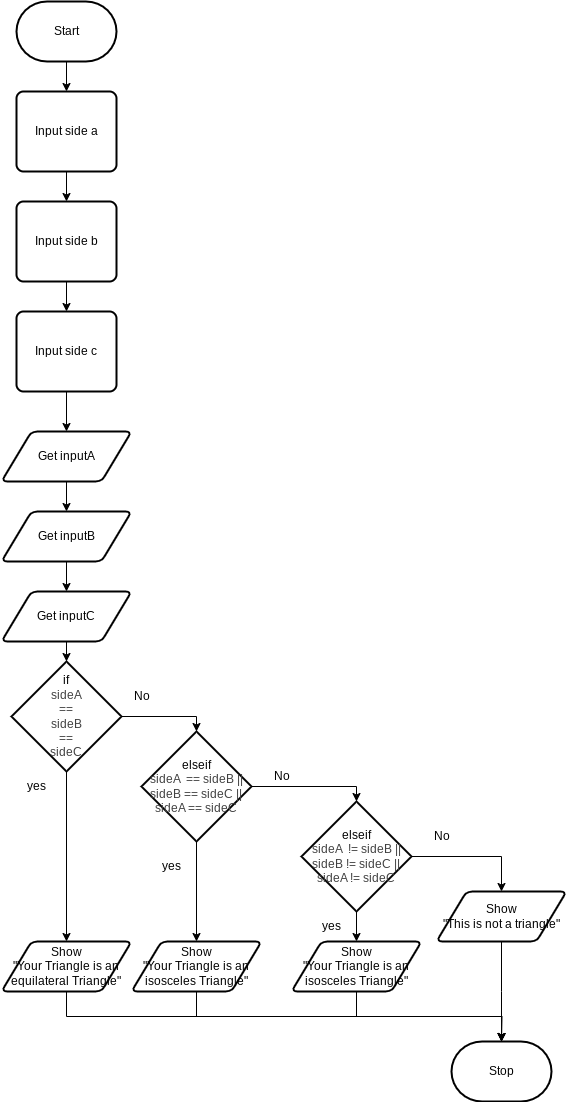
Above: design/flowchart.png in MTHS-ICD2O-1-2024/ICD2O-Unit-5-05-Domenic-dangelo (draw.io), before the change. Source tidied: cells renumbered, new cells last; positions are measured from the earlier drawing's top-left corner, leaving out a move shared by most shapes.
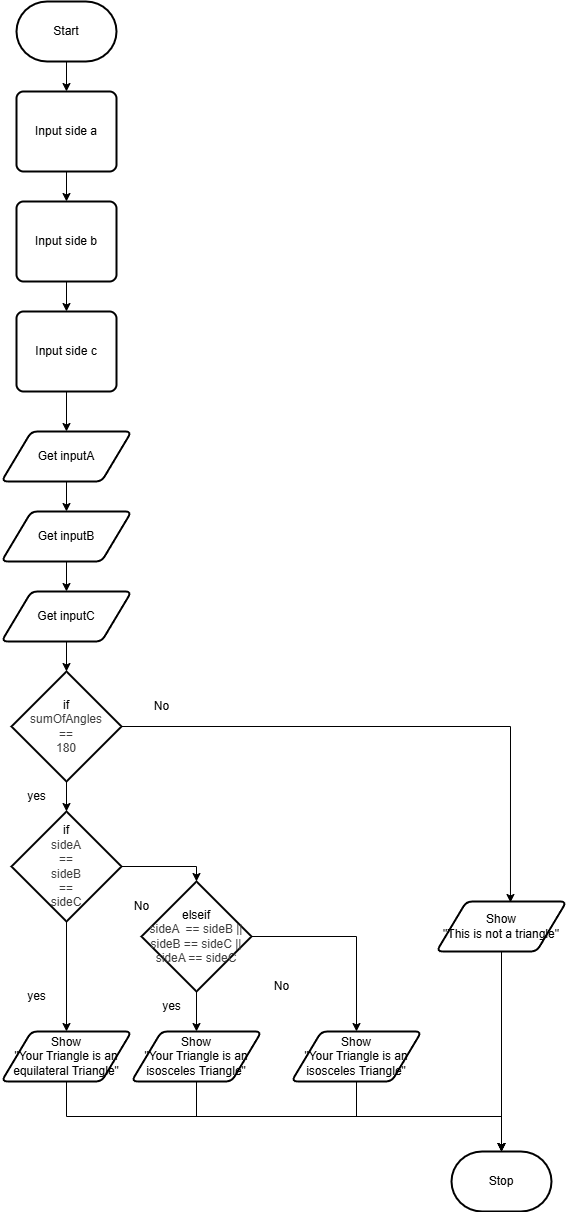
After the commit.

What changed in the source:
```diff
@@ -8,9 +8,6 @@
     <mxCell id="3" value="Start" style="strokeWidth=2;html=1;shape=mxgraph.flowchart.terminator;whiteSpace=wrap;" parent="1" vertex="1">
       <mxGeometry x="15" width="100" height="60" as="geometry" />
     </mxCell>
-    <mxCell id="4" value="Stop" style="strokeWidth=2;html=1;shape=mxgraph.flowchart.terminator;whiteSpace=wrap;" parent="1" vertex="1">
-      <mxGeometry x="450" y="1040" width="100" height="60" as="geometry" />
-    </mxCell>
     <mxCell id="5" value="Get inputC" style="shape=parallelogram;html=1;strokeWidth=2;perimeter=parallelogramPerimeter;whiteSpace=wrap;rounded=1;arcSize=12;size=0.23;" parent="1" vertex="1">
       <mxGeometry y="590" width="130" height="50" as="geometry" />
     </mxCell>
@@ -24,24 +21,19 @@
       <mxGeometry relative="1" as="geometry" />
     </mxCell>
     <mxCell id="9" value="&lt;span style=&quot;color: rgb(0, 0, 0);&quot;&gt;if&lt;/span&gt;&lt;div style=&quot;color: rgb(63, 63, 63); scrollbar-color: rgb(226, 226, 226) rgb(251, 251, 251);&quot;&gt;sideA&lt;/div&gt;&lt;div style=&quot;color: rgb(63, 63, 63); scrollbar-color: rgb(226, 226, 226) rgb(251, 251, 251);&quot;&gt;==&lt;/div&gt;&lt;div style=&quot;color: rgb(63, 63, 63); scrollbar-color: rgb(226, 226, 226) rgb(251, 251, 251);&quot;&gt;sideB&lt;/div&gt;&lt;div style=&quot;color: rgb(63, 63, 63); scrollbar-color: rgb(226, 226, 226) rgb(251, 251, 251);&quot;&gt;==&lt;/div&gt;&lt;div style=&quot;color: rgb(63, 63, 63); scrollbar-color: rgb(226, 226, 226) rgb(251, 251, 251);&quot;&gt;sideC&lt;/div&gt;" style="strokeWidth=2;html=1;shape=mxgraph.flowchart.decision;whiteSpace=wrap;" parent="1" vertex="1">
-      <mxGeometry x="10" y="660" width="110" height="110" as="geometry" />
+      <mxGeometry x="10" y="810" width="110" height="110" as="geometry" />
     </mxCell>
     <mxCell id="10" value="Show&lt;div&gt;&quot;Your Triangle is an equilateral Triangle&quot;&lt;/div&gt;" style="shape=parallelogram;html=1;strokeWidth=2;perimeter=parallelogramPerimeter;whiteSpace=wrap;rounded=1;arcSize=12;size=0.23;" parent="1" vertex="1">
-      <mxGeometry y="940" width="130" height="50" as="geometry" />
+      <mxGeometry y="1030" width="130" height="50" as="geometry" />
     </mxCell>
-    <mxCell id="11" style="edgeStyle=orthogonalEdgeStyle;shape=connector;curved=0;rounded=0;html=1;exitX=0.5;exitY=1;exitDx=0;exitDy=0;strokeColor=default;align=center;verticalAlign=middle;fontFamily=Helvetica;fontSize=11;fontColor=default;labelBackgroundColor=default;endArrow=classic;" parent="1" edge="1" source="12">
-      <mxGeometry relative="1" as="geometry">
-        <mxPoint x="500" y="1040" as="targetPoint" />
-      </mxGeometry>
-    </mxCell>
     <mxCell id="12" value="Show&lt;div&gt;&quot;This is not a triangle&quot;&lt;/div&gt;" style="shape=parallelogram;html=1;strokeWidth=2;perimeter=parallelogramPerimeter;whiteSpace=wrap;rounded=1;arcSize=12;size=0.23;" parent="1" vertex="1">
-      <mxGeometry x="435" y="890" width="130" height="50" as="geometry" />
+      <mxGeometry x="435" y="900" width="130" height="50" as="geometry" />
     </mxCell>
     <mxCell id="13" value="yes" style="text;html=1;align=center;verticalAlign=middle;strokeColor=none;fillColor=none;" parent="1" vertex="1">
-      <mxGeometry x="15" y="770" width="40" height="30" as="geometry" />
+      <mxGeometry x="15" y="980" width="40" height="30" as="geometry" />
     </mxCell>
     <mxCell id="14" value="No" style="text;html=1;align=center;verticalAlign=middle;strokeColor=none;fillColor=none;" parent="1" vertex="1">
-      <mxGeometry x="120" y="680" width="40" height="30" as="geometry" />
+      <mxGeometry x="120" y="890" width="40" height="30" as="geometry" />
     </mxCell>
     <mxCell id="15" style="edgeStyle=none;html=1;exitX=0.5;exitY=1;exitDx=0;exitDy=0;entryX=0.5;entryY=0;entryDx=0;entryDy=0;" parent="1" edge="1" source="16" target="22">
       <mxGeometry relative="1" as="geometry" />
@@ -67,52 +59,32 @@
     <mxCell id="22" value="Get inputA" style="shape=parallelogram;html=1;strokeWidth=2;perimeter=parallelogramPerimeter;whiteSpace=wrap;rounded=1;arcSize=12;size=0.23;" parent="1" vertex="1">
       <mxGeometry y="430" width="130" height="50" as="geometry" />
     </mxCell>
-    <mxCell id="23" style="edgeStyle=orthogonalEdgeStyle;html=1;exitX=0.5;exitY=1;exitDx=0;exitDy=0;entryX=0.5;entryY=0;entryDx=0;entryDy=0;entryPerimeter=0;rounded=0;curved=0;" parent="1" edge="1" source="5" target="9">
-      <mxGeometry relative="1" as="geometry" />
-    </mxCell>
     <mxCell id="24" style="edgeStyle=orthogonalEdgeStyle;shape=connector;curved=0;rounded=0;html=1;exitX=0.5;exitY=1;exitDx=0;exitDy=0;exitPerimeter=0;entryX=0.5;entryY=0;entryDx=0;entryDy=0;strokeColor=default;align=center;verticalAlign=middle;fontFamily=Helvetica;fontSize=11;fontColor=default;labelBackgroundColor=default;endArrow=classic;" parent="1" edge="1" source="25" target="27">
       <mxGeometry relative="1" as="geometry" />
     </mxCell>
+    <mxCell id="40" style="edgeStyle=orthogonalEdgeStyle;html=1;exitX=1;exitY=0.5;exitDx=0;exitDy=0;exitPerimeter=0;entryX=0.5;entryY=0;entryDx=0;entryDy=0;rounded=0;curved=0;" parent="1" edge="1" source="25" target="35">
+      <mxGeometry relative="1" as="geometry" />
+    </mxCell>
     <mxCell id="25" value="&lt;span style=&quot;color: rgb(0, 0, 0);&quot;&gt;elseif&lt;/span&gt;&lt;div style=&quot;color: rgb(63, 63, 63); scrollbar-color: rgb(226, 226, 226) rgb(251, 251, 251);&quot;&gt;sideA&amp;nbsp;&amp;nbsp;&lt;span style=&quot;background-color: transparent;&quot;&gt;==&amp;nbsp;&lt;/span&gt;&lt;span style=&quot;background-color: transparent;&quot;&gt;sideB || sideB == sideC || sideA == sideC&lt;/span&gt;&lt;/div&gt;" style="strokeWidth=2;html=1;shape=mxgraph.flowchart.decision;whiteSpace=wrap;" parent="1" vertex="1">
-      <mxGeometry x="140" y="730" width="110" height="110" as="geometry" />
+      <mxGeometry x="140" y="880" width="110" height="110" as="geometry" />
     </mxCell>
     <mxCell id="26" style="edgeStyle=orthogonalEdgeStyle;shape=connector;curved=0;rounded=0;html=1;exitX=1;exitY=0.5;exitDx=0;exitDy=0;exitPerimeter=0;entryX=0.5;entryY=0;entryDx=0;entryDy=0;entryPerimeter=0;strokeColor=default;align=center;verticalAlign=middle;fontFamily=Helvetica;fontSize=11;fontColor=default;labelBackgroundColor=default;endArrow=classic;" parent="1" edge="1" source="9" target="25">
       <mxGeometry relative="1" as="geometry" />
     </mxCell>
     <mxCell id="27" value="Show&lt;div&gt;&quot;Your Triangle is an isosceles Triangle&quot;&lt;/div&gt;" style="shape=parallelogram;html=1;strokeWidth=2;perimeter=parallelogramPerimeter;whiteSpace=wrap;rounded=1;arcSize=12;size=0.23;" parent="1" vertex="1">
-      <mxGeometry x="130" y="940" width="130" height="50" as="geometry" />
+      <mxGeometry x="130" y="1030" width="130" height="50" as="geometry" />
     </mxCell>
-    <mxCell id="28" style="edgeStyle=orthogonalEdgeStyle;shape=connector;curved=0;rounded=0;html=1;exitX=0.5;exitY=1;exitDx=0;exitDy=0;exitPerimeter=0;entryX=0.5;entryY=0;entryDx=0;entryDy=0;strokeColor=default;align=center;verticalAlign=middle;fontFamily=Helvetica;fontSize=11;fontColor=default;labelBackgroundColor=default;endArrow=classic;" parent="1" edge="1" source="30" target="35">
-      <mxGeometry relative="1" as="geometry" />
-    </mxCell>
-    <mxCell id="29" style="edgeStyle=orthogonalEdgeStyle;shape=connector;curved=0;rounded=0;html=1;exitX=1;exitY=0.5;exitDx=0;exitDy=0;exitPerimeter=0;entryX=0.5;entryY=0;entryDx=0;entryDy=0;strokeColor=default;align=center;verticalAlign=middle;fontFamily=Helvetica;fontSize=11;fontColor=default;labelBackgroundColor=default;endArrow=classic;" parent="1" edge="1" source="30" target="12">
-      <mxGeometry relative="1" as="geometry" />
-    </mxCell>
-    <mxCell id="30" value="&lt;span style=&quot;color: rgb(0, 0, 0);&quot;&gt;elseif&lt;/span&gt;&lt;div style=&quot;color: rgb(63, 63, 63); scrollbar-color: rgb(226, 226, 226) rgb(251, 251, 251);&quot;&gt;sideA&amp;nbsp; !&lt;span style=&quot;background-color: transparent;&quot;&gt;=&amp;nbsp;&lt;/span&gt;&lt;span style=&quot;background-color: transparent;&quot;&gt;sideB || sideB != sideC || sideA != sideC&lt;/span&gt;&lt;/div&gt;" style="strokeWidth=2;html=1;shape=mxgraph.flowchart.decision;whiteSpace=wrap;" parent="1" vertex="1">
-      <mxGeometry x="300" y="800" width="110" height="110" as="geometry" />
-    </mxCell>
     <mxCell id="31" value="yes" style="text;html=1;align=center;verticalAlign=middle;strokeColor=none;fillColor=none;" parent="1" vertex="1">
-      <mxGeometry x="150" y="850" width="40" height="30" as="geometry" />
+      <mxGeometry x="150" y="990" width="40" height="30" as="geometry" />
     </mxCell>
-    <mxCell id="32" style="edgeStyle=orthogonalEdgeStyle;shape=connector;curved=0;rounded=0;html=1;exitX=1;exitY=0.5;exitDx=0;exitDy=0;exitPerimeter=0;entryX=0.5;entryY=0;entryDx=0;entryDy=0;entryPerimeter=0;strokeColor=default;align=center;verticalAlign=middle;fontFamily=Helvetica;fontSize=11;fontColor=default;labelBackgroundColor=default;endArrow=classic;" parent="1" edge="1" source="25" target="30">
-      <mxGeometry relative="1" as="geometry" />
-    </mxCell>
     <mxCell id="33" value="No" style="text;html=1;align=center;verticalAlign=middle;strokeColor=none;fillColor=none;" parent="1" vertex="1">
-      <mxGeometry x="260" y="760" width="40" height="30" as="geometry" />
+      <mxGeometry x="260" y="970" width="40" height="30" as="geometry" />
     </mxCell>
-    <mxCell id="34" style="edgeStyle=orthogonalEdgeStyle;shape=connector;curved=0;rounded=0;html=1;exitX=0.5;exitY=1;exitDx=0;exitDy=0;strokeColor=default;align=center;verticalAlign=middle;fontFamily=Helvetica;fontSize=11;fontColor=default;labelBackgroundColor=default;endArrow=classic;" parent="1" edge="1" source="35">
-      <mxGeometry relative="1" as="geometry">
-        <mxPoint x="500" y="1040" as="targetPoint" />
-      </mxGeometry>
-    </mxCell>
     <mxCell id="35" value="Show&lt;div&gt;&quot;Your Triangle is an isosceles Triangle&quot;&lt;/div&gt;" style="shape=parallelogram;html=1;strokeWidth=2;perimeter=parallelogramPerimeter;whiteSpace=wrap;rounded=1;arcSize=12;size=0.23;" parent="1" vertex="1">
-      <mxGeometry x="290" y="940" width="130" height="50" as="geometry" />
+      <mxGeometry x="290" y="1030" width="130" height="50" as="geometry" />
     </mxCell>
-    <mxCell id="36" value="yes" style="text;html=1;align=center;verticalAlign=middle;strokeColor=none;fillColor=none;" parent="1" vertex="1">
-      <mxGeometry x="310" y="910" width="40" height="30" as="geometry" />
-    </mxCell>
     <mxCell id="37" value="No" style="text;html=1;align=center;verticalAlign=middle;strokeColor=none;fillColor=none;" parent="1" vertex="1">
-      <mxGeometry x="420" y="820" width="40" height="30" as="geometry" />
+      <mxGeometry x="140" y="690" width="40" height="30" as="geometry" />
     </mxCell>
     <mxCell id="38" style="edgeStyle=orthogonalEdgeStyle;shape=connector;curved=0;rounded=0;html=1;exitX=0.5;exitY=1;exitDx=0;exitDy=0;entryX=0.5;entryY=0;entryDx=0;entryDy=0;entryPerimeter=0;strokeColor=default;align=center;verticalAlign=middle;fontFamily=Helvetica;fontSize=11;fontColor=default;labelBackgroundColor=default;endArrow=classic;" parent="1" edge="1" source="10" target="4">
       <mxGeometry relative="1" as="geometry" />
@@ -120,5 +92,29 @@
     <mxCell id="39" style="edgeStyle=orthogonalEdgeStyle;shape=connector;curved=0;rounded=0;html=1;exitX=0.5;exitY=1;exitDx=0;exitDy=0;entryX=0.5;entryY=0;entryDx=0;entryDy=0;entryPerimeter=0;strokeColor=default;align=center;verticalAlign=middle;fontFamily=Helvetica;fontSize=11;fontColor=default;labelBackgroundColor=default;endArrow=classic;" parent="1" edge="1" source="27" target="4">
       <mxGeometry relative="1" as="geometry" />
     </mxCell>
+    <mxCell id="41" value="&lt;span style=&quot;color: rgb(0, 0, 0);&quot;&gt;if&lt;/span&gt;&lt;div style=&quot;color: rgb(63, 63, 63); scrollbar-color: rgb(226, 226, 226) rgb(251, 251, 251);&quot;&gt;sumOfAngles&lt;/div&gt;&lt;div style=&quot;color: rgb(63, 63, 63); scrollbar-color: rgb(226, 226, 226) rgb(251, 251, 251);&quot;&gt;==&lt;/div&gt;&lt;div style=&quot;color: rgb(63, 63, 63); scrollbar-color: rgb(226, 226, 226) rgb(251, 251, 251);&quot;&gt;180&lt;/div&gt;" style="strokeWidth=2;html=1;shape=mxgraph.flowchart.decision;whiteSpace=wrap;" parent="1" vertex="1">
+      <mxGeometry x="10" y="670" width="110" height="110" as="geometry" />
+    </mxCell>
+    <mxCell id="42" style="edgeStyle=none;html=1;exitX=0.5;exitY=1;exitDx=0;exitDy=0;entryX=0.5;entryY=0;entryDx=0;entryDy=0;entryPerimeter=0;" parent="1" edge="1" source="5" target="41">
+      <mxGeometry relative="1" as="geometry" />
+    </mxCell>
+    <mxCell id="43" style="edgeStyle=none;html=1;exitX=0.5;exitY=1;exitDx=0;exitDy=0;exitPerimeter=0;entryX=0.5;entryY=0;entryDx=0;entryDy=0;entryPerimeter=0;" parent="1" edge="1" source="41" target="9">
+      <mxGeometry relative="1" as="geometry" />
+    </mxCell>
+    <mxCell id="36" value="yes" style="text;html=1;align=center;verticalAlign=middle;strokeColor=none;fillColor=none;" parent="1" vertex="1">
+      <mxGeometry x="15" y="780" width="40" height="30" as="geometry" />
+    </mxCell>
+    <mxCell id="44" style="edgeStyle=orthogonalEdgeStyle;html=1;exitX=1;exitY=0.5;exitDx=0;exitDy=0;exitPerimeter=0;entryX=0.569;entryY=0.02;entryDx=0;entryDy=0;entryPerimeter=0;rounded=0;curved=0;" parent="1" edge="1" source="41" target="12">
+      <mxGeometry relative="1" as="geometry" />
+    </mxCell>
+    <mxCell id="45" style="edgeStyle=orthogonalEdgeStyle;shape=connector;curved=0;rounded=0;html=1;exitX=0.5;exitY=1;exitDx=0;exitDy=0;strokeColor=default;align=center;verticalAlign=middle;fontFamily=Helvetica;fontSize=11;fontColor=default;labelBackgroundColor=default;endArrow=classic;" parent="1" edge="1" source="35" target="4">
+      <mxGeometry relative="1" as="geometry" />
+    </mxCell>
+    <mxCell id="4" value="Stop" style="strokeWidth=2;html=1;shape=mxgraph.flowchart.terminator;whiteSpace=wrap;" parent="1" vertex="1">
+      <mxGeometry x="450" y="1150" width="100" height="60" as="geometry" />
+    </mxCell>
+    <mxCell id="46" style="edgeStyle=none;html=1;exitX=0.5;exitY=1;exitDx=0;exitDy=0;entryX=0.5;entryY=0;entryDx=0;entryDy=0;entryPerimeter=0;" parent="1" edge="1" source="12" target="4">
+      <mxGeometry relative="1" as="geometry" />
+    </mxCell>
   </root>
 </mxGraphModel>
```
